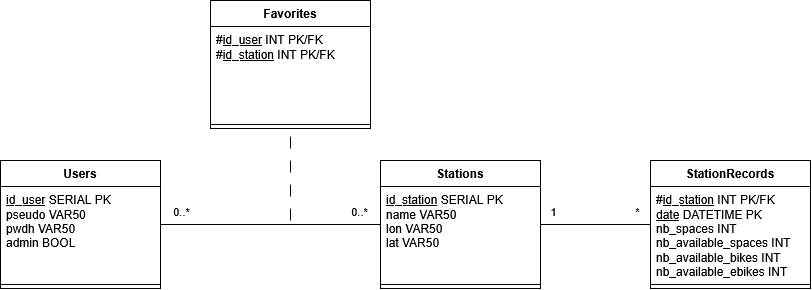
The draw.io diagram doc/rapport_analyse/img/diag_modele_donnees.png in Eddboy-ensai/ensai-it-project-2a-team14, before a commit. Source tidied: cells renumbered, new cells last; positions are measured from the earlier drawing's top-left corner, leaving out a move shared by most shapes. Source of this version:
```xml
<mxGraphModel>
  <root>
    <mxCell id="0" />
    <mxCell id="1" parent="0" />
    <mxCell id="2" style="edgeStyle=orthogonalEdgeStyle;rounded=0;jettySize=auto;html=1;exitX=1;exitY=0.5;exitDx=0;exitDy=0;entryX=0;entryY=0.5;entryDx=0;entryDy=0;endArrow=none;endFill=0;" parent="1" edge="1" source="5" target="14">
      <mxGeometry relative="1" as="geometry" />
    </mxCell>
    <mxCell id="3" value="0..*" style="edgeLabel;html=1;align=center;verticalAlign=middle;" parent="2" vertex="1">
      <mxGeometry x="0.8" y="-1" relative="1" as="geometry">
        <mxPoint y="-15" as="offset" />
      </mxGeometry>
    </mxCell>
    <mxCell id="4" value="&lt;div&gt;0..*&lt;/div&gt;" style="edgeLabel;html=1;align=center;verticalAlign=middle;" parent="2" vertex="1">
      <mxGeometry x="-0.82" y="1" relative="1" as="geometry">
        <mxPoint x="1" y="-13" as="offset" />
      </mxGeometry>
    </mxCell>
    <mxCell id="5" value="Users" style="swimlane;fontStyle=1;align=center;verticalAlign=top;horizontal=1;startSize=26;whiteSpace=wrap;html=1;" parent="1" vertex="1">
      <mxGeometry y="160" width="160" height="128" as="geometry" />
    </mxCell>
    <mxCell id="6" value="&lt;div&gt;&lt;u&gt;id_user&lt;/u&gt; SERIAL PK&lt;/div&gt;&lt;div&gt;pseudo VAR50&lt;/div&gt;&lt;div&gt;pwdh VAR50&lt;/div&gt;&lt;div&gt;admin BOOL&lt;/div&gt;" style="text;strokeColor=none;fillColor=none;align=left;verticalAlign=top;spacingLeft=4;spacingRight=4;overflow=hidden;whiteSpace=wrap;html=1;" parent="5" vertex="1">
      <mxGeometry y="26" width="160" height="94" as="geometry" />
    </mxCell>
    <mxCell id="7" style="line;strokeWidth=1;fillColor=none;align=left;verticalAlign=middle;spacingTop=-1;spacingLeft=3;spacingRight=3;labelPosition=right;strokeColor=inherit;" parent="5" vertex="1">
      <mxGeometry y="120" width="160" height="8" as="geometry" />
    </mxCell>
    <mxCell id="8" value="Favorites" style="swimlane;fontStyle=1;align=center;verticalAlign=top;horizontal=1;startSize=26;whiteSpace=wrap;html=1;" parent="1" vertex="1">
      <mxGeometry x="210" width="160" height="128" as="geometry" />
    </mxCell>
    <mxCell id="9" value="&lt;div&gt;#&lt;u&gt;id_user&lt;/u&gt; INT PK/FK&lt;/div&gt;&lt;div&gt;#&lt;u&gt;id_station&lt;/u&gt; INT PK/FK&lt;/div&gt;" style="text;strokeColor=none;fillColor=none;align=left;verticalAlign=top;spacingLeft=4;spacingRight=4;overflow=hidden;whiteSpace=wrap;html=1;" parent="8" vertex="1">
      <mxGeometry y="26" width="160" height="94" as="geometry" />
    </mxCell>
    <mxCell id="10" style="line;strokeWidth=1;fillColor=none;align=left;verticalAlign=middle;spacingTop=-1;spacingLeft=3;spacingRight=3;labelPosition=right;strokeColor=inherit;" parent="8" vertex="1">
      <mxGeometry y="120" width="160" height="8" as="geometry" />
    </mxCell>
    <mxCell id="11" style="edgeStyle=orthogonalEdgeStyle;rounded=0;jettySize=auto;html=1;exitX=1;exitY=0.5;exitDx=0;exitDy=0;entryX=0;entryY=0.5;entryDx=0;entryDy=0;endArrow=none;endFill=0;" parent="1" edge="1" source="14" target="17">
      <mxGeometry relative="1" as="geometry" />
    </mxCell>
    <mxCell id="12" value="*" style="edgeLabel;html=1;align=center;verticalAlign=middle;" parent="11" vertex="1">
      <mxGeometry x="-0.69" y="-1" relative="1" as="geometry">
        <mxPoint x="79" y="-15" as="offset" />
      </mxGeometry>
    </mxCell>
    <mxCell id="13" value="&lt;div&gt;1&lt;/div&gt;" style="edgeLabel;html=1;align=center;verticalAlign=middle;" parent="11" vertex="1">
      <mxGeometry x="-0.71" y="1" relative="1" as="geometry">
        <mxPoint x="-4" y="-13" as="offset" />
      </mxGeometry>
    </mxCell>
    <mxCell id="14" value="Stations" style="swimlane;fontStyle=1;align=center;verticalAlign=top;horizontal=1;startSize=26;whiteSpace=wrap;html=1;" parent="1" vertex="1">
      <mxGeometry x="380" y="160" width="160" height="128" as="geometry" />
    </mxCell>
    <mxCell id="15" value="&lt;div&gt;&lt;u&gt;id_station&lt;/u&gt; SERIAL PK&lt;/div&gt;&lt;div&gt;name VAR50&lt;/div&gt;&lt;div&gt;lon VAR50&lt;/div&gt;&lt;div&gt;lat VAR50&lt;/div&gt;" style="text;strokeColor=none;fillColor=none;align=left;verticalAlign=top;spacingLeft=4;spacingRight=4;overflow=hidden;whiteSpace=wrap;html=1;" parent="14" vertex="1">
      <mxGeometry y="26" width="160" height="94" as="geometry" />
    </mxCell>
    <mxCell id="16" style="line;strokeWidth=1;fillColor=none;align=left;verticalAlign=middle;spacingTop=-1;spacingLeft=3;spacingRight=3;labelPosition=right;strokeColor=inherit;" parent="14" vertex="1">
      <mxGeometry y="120" width="160" height="8" as="geometry" />
    </mxCell>
    <mxCell id="17" value="StationRecords" style="swimlane;fontStyle=1;align=center;verticalAlign=top;horizontal=1;startSize=26;whiteSpace=wrap;html=1;" parent="1" vertex="1">
      <mxGeometry x="650" y="160" width="160" height="128" as="geometry" />
    </mxCell>
    <mxCell id="18" value="&lt;div&gt;#&lt;u&gt;id_station&lt;/u&gt;&amp;nbsp;INT PK/FK&lt;/div&gt;&lt;div&gt;&lt;u&gt;date&lt;/u&gt; DATETIME PK&lt;/div&gt;&lt;div&gt;nb_spaces INT&lt;/div&gt;&lt;div&gt;nb_available_spaces INT&lt;/div&gt;&lt;div&gt;nb_available_bikes INT&lt;/div&gt;&lt;div&gt;nb_available_ebikes INT&lt;/div&gt;" style="text;strokeColor=none;fillColor=none;align=left;verticalAlign=top;spacingLeft=4;spacingRight=4;overflow=hidden;whiteSpace=wrap;html=1;" parent="17" vertex="1">
      <mxGeometry y="26" width="160" height="94" as="geometry" />
    </mxCell>
    <mxCell id="19" style="line;strokeWidth=1;fillColor=none;align=left;verticalAlign=middle;spacingTop=-1;spacingLeft=3;spacingRight=3;labelPosition=right;strokeColor=inherit;" parent="17" vertex="1">
      <mxGeometry y="120" width="160" height="8" as="geometry" />
    </mxCell>
    <mxCell id="20" style="endArrow=none;html=1;rounded=0;entryX=0.5;entryY=1;entryDx=0;entryDy=0;dashed=1;dashPattern=12 12;" parent="1" edge="1" target="8">
      <mxGeometry relative="1" as="geometry">
        <mxPoint x="290" y="220" as="sourcePoint" />
      </mxGeometry>
    </mxCell>
  </root>
</mxGraphModel>
```
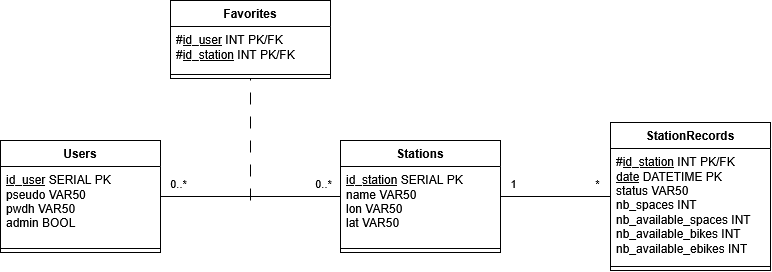
The same diagram one commit later.

What changed in the source:
```diff
@@ -16,23 +16,23 @@
       </mxGeometry>
     </mxCell>
     <mxCell id="5" value="Users" style="swimlane;fontStyle=1;align=center;verticalAlign=top;horizontal=1;startSize=26;whiteSpace=wrap;html=1;" parent="1" vertex="1">
-      <mxGeometry y="160" width="160" height="128" as="geometry" />
+      <mxGeometry x="170" y="160" width="160" height="112" as="geometry" />
     </mxCell>
     <mxCell id="6" value="&lt;div&gt;&lt;u&gt;id_user&lt;/u&gt; SERIAL PK&lt;/div&gt;&lt;div&gt;pseudo VAR50&lt;/div&gt;&lt;div&gt;pwdh VAR50&lt;/div&gt;&lt;div&gt;admin BOOL&lt;/div&gt;" style="text;strokeColor=none;fillColor=none;align=left;verticalAlign=top;spacingLeft=4;spacingRight=4;overflow=hidden;whiteSpace=wrap;html=1;" parent="5" vertex="1">
-      <mxGeometry y="26" width="160" height="94" as="geometry" />
+      <mxGeometry y="26" width="160" height="78" as="geometry" />
     </mxCell>
-    <mxCell id="7" style="line;strokeWidth=1;fillColor=none;align=left;verticalAlign=middle;spacingTop=-1;spacingLeft=3;spacingRight=3;labelPosition=right;strokeColor=inherit;" parent="5" vertex="1">
-      <mxGeometry y="120" width="160" height="8" as="geometry" />
-    </mxCell>
+    <mxCell id="21" style="line;strokeWidth=1;fillColor=none;align=left;verticalAlign=middle;spacingTop=-1;spacingLeft=3;spacingRight=3;labelPosition=right;strokeColor=inherit;" parent="5" vertex="1">
+      <mxGeometry y="104" width="160" height="8" as="geometry" />
+    </mxCell>
     <mxCell id="8" value="Favorites" style="swimlane;fontStyle=1;align=center;verticalAlign=top;horizontal=1;startSize=26;whiteSpace=wrap;html=1;" parent="1" vertex="1">
-      <mxGeometry x="210" width="160" height="128" as="geometry" />
+      <mxGeometry x="340" y="20" width="160" height="78" as="geometry" />
     </mxCell>
     <mxCell id="9" value="&lt;div&gt;#&lt;u&gt;id_user&lt;/u&gt; INT PK/FK&lt;/div&gt;&lt;div&gt;#&lt;u&gt;id_station&lt;/u&gt; INT PK/FK&lt;/div&gt;" style="text;strokeColor=none;fillColor=none;align=left;verticalAlign=top;spacingLeft=4;spacingRight=4;overflow=hidden;whiteSpace=wrap;html=1;" parent="8" vertex="1">
-      <mxGeometry y="26" width="160" height="94" as="geometry" />
+      <mxGeometry y="26" width="160" height="44" as="geometry" />
     </mxCell>
-    <mxCell id="10" style="line;strokeWidth=1;fillColor=none;align=left;verticalAlign=middle;spacingTop=-1;spacingLeft=3;spacingRight=3;labelPosition=right;strokeColor=inherit;" parent="8" vertex="1">
-      <mxGeometry y="120" width="160" height="8" as="geometry" />
-    </mxCell>
+    <mxCell id="22" style="line;strokeWidth=1;fillColor=none;align=left;verticalAlign=middle;spacingTop=-1;spacingLeft=3;spacingRight=3;labelPosition=right;strokeColor=inherit;" parent="8" vertex="1">
+      <mxGeometry y="70" width="160" height="8" as="geometry" />
+    </mxCell>
     <mxCell id="11" style="edgeStyle=orthogonalEdgeStyle;rounded=0;jettySize=auto;html=1;exitX=1;exitY=0.5;exitDx=0;exitDy=0;entryX=0;entryY=0.5;entryDx=0;entryDy=0;endArrow=none;endFill=0;" parent="1" edge="1" source="14" target="17">
       <mxGeometry relative="1" as="geometry" />
     </mxCell>
@@ -47,27 +47,27 @@
       </mxGeometry>
     </mxCell>
     <mxCell id="14" value="Stations" style="swimlane;fontStyle=1;align=center;verticalAlign=top;horizontal=1;startSize=26;whiteSpace=wrap;html=1;" parent="1" vertex="1">
-      <mxGeometry x="380" y="160" width="160" height="128" as="geometry" />
+      <mxGeometry x="510" y="160" width="160" height="112" as="geometry" />
     </mxCell>
     <mxCell id="15" value="&lt;div&gt;&lt;u&gt;id_station&lt;/u&gt; SERIAL PK&lt;/div&gt;&lt;div&gt;name VAR50&lt;/div&gt;&lt;div&gt;lon VAR50&lt;/div&gt;&lt;div&gt;lat VAR50&lt;/div&gt;" style="text;strokeColor=none;fillColor=none;align=left;verticalAlign=top;spacingLeft=4;spacingRight=4;overflow=hidden;whiteSpace=wrap;html=1;" parent="14" vertex="1">
-      <mxGeometry y="26" width="160" height="94" as="geometry" />
+      <mxGeometry y="26" width="160" height="78" as="geometry" />
     </mxCell>
-    <mxCell id="16" style="line;strokeWidth=1;fillColor=none;align=left;verticalAlign=middle;spacingTop=-1;spacingLeft=3;spacingRight=3;labelPosition=right;strokeColor=inherit;" parent="14" vertex="1">
-      <mxGeometry y="120" width="160" height="8" as="geometry" />
-    </mxCell>
+    <mxCell id="23" style="line;strokeWidth=1;fillColor=none;align=left;verticalAlign=middle;spacingTop=-1;spacingLeft=3;spacingRight=3;labelPosition=right;strokeColor=inherit;" parent="14" vertex="1">
+      <mxGeometry y="104" width="160" height="8" as="geometry" />
+    </mxCell>
     <mxCell id="17" value="StationRecords" style="swimlane;fontStyle=1;align=center;verticalAlign=top;horizontal=1;startSize=26;whiteSpace=wrap;html=1;" parent="1" vertex="1">
-      <mxGeometry x="650" y="160" width="160" height="128" as="geometry" />
+      <mxGeometry x="780" y="142" width="160" height="148" as="geometry" />
     </mxCell>
-    <mxCell id="18" value="&lt;div&gt;#&lt;u&gt;id_station&lt;/u&gt;&amp;nbsp;INT PK/FK&lt;/div&gt;&lt;div&gt;&lt;u&gt;date&lt;/u&gt; DATETIME PK&lt;/div&gt;&lt;div&gt;nb_spaces INT&lt;/div&gt;&lt;div&gt;nb_available_spaces INT&lt;/div&gt;&lt;div&gt;nb_available_bikes INT&lt;/div&gt;&lt;div&gt;nb_available_ebikes INT&lt;/div&gt;" style="text;strokeColor=none;fillColor=none;align=left;verticalAlign=top;spacingLeft=4;spacingRight=4;overflow=hidden;whiteSpace=wrap;html=1;" parent="17" vertex="1">
-      <mxGeometry y="26" width="160" height="94" as="geometry" />
-    </mxCell>
-    <mxCell id="19" style="line;strokeWidth=1;fillColor=none;align=left;verticalAlign=middle;spacingTop=-1;spacingLeft=3;spacingRight=3;labelPosition=right;strokeColor=inherit;" parent="17" vertex="1">
-      <mxGeometry y="120" width="160" height="8" as="geometry" />
-    </mxCell>
-    <mxCell id="20" style="endArrow=none;html=1;rounded=0;entryX=0.5;entryY=1;entryDx=0;entryDy=0;dashed=1;dashPattern=12 12;" parent="1" edge="1" target="8">
-      <mxGeometry relative="1" as="geometry">
-        <mxPoint x="290" y="220" as="sourcePoint" />
-      </mxGeometry>
-    </mxCell>
+    <mxCell id="24" value="&lt;div&gt;#&lt;u&gt;id_station&lt;/u&gt;&amp;nbsp;INT PK/FK&lt;/div&gt;&lt;div&gt;&lt;u&gt;date&lt;/u&gt; DATETIME PK&lt;/div&gt;&lt;div&gt;status VAR50&lt;/div&gt;&lt;div&gt;nb_spaces INT&lt;/div&gt;&lt;div&gt;nb_available_spaces INT&lt;/div&gt;&lt;div&gt;nb_available_bikes INT&lt;/div&gt;&lt;div&gt;nb_available_ebikes INT&lt;/div&gt;" style="text;strokeColor=none;fillColor=none;align=left;verticalAlign=top;spacingLeft=4;spacingRight=4;overflow=hidden;whiteSpace=wrap;html=1;" parent="17" vertex="1">
+      <mxGeometry y="26" width="160" height="114" as="geometry" />
+    </mxCell>
+    <mxCell id="25" style="line;strokeWidth=1;fillColor=none;align=left;verticalAlign=middle;spacingTop=-1;spacingLeft=3;spacingRight=3;labelPosition=right;strokeColor=inherit;" parent="17" vertex="1">
+      <mxGeometry y="140" width="160" height="8" as="geometry" />
+    </mxCell>
+    <mxCell id="26" style="endArrow=none;html=1;rounded=0;entryX=0.5;entryY=1;entryDx=0;entryDy=0;dashed=1;dashPattern=12 12;" parent="1" edge="1" target="8">
+      <mxGeometry relative="1" as="geometry">
+        <mxPoint x="420" y="220" as="sourcePoint" />
+      </mxGeometry>
+    </mxCell>
   </root>
 </mxGraphModel>
```
